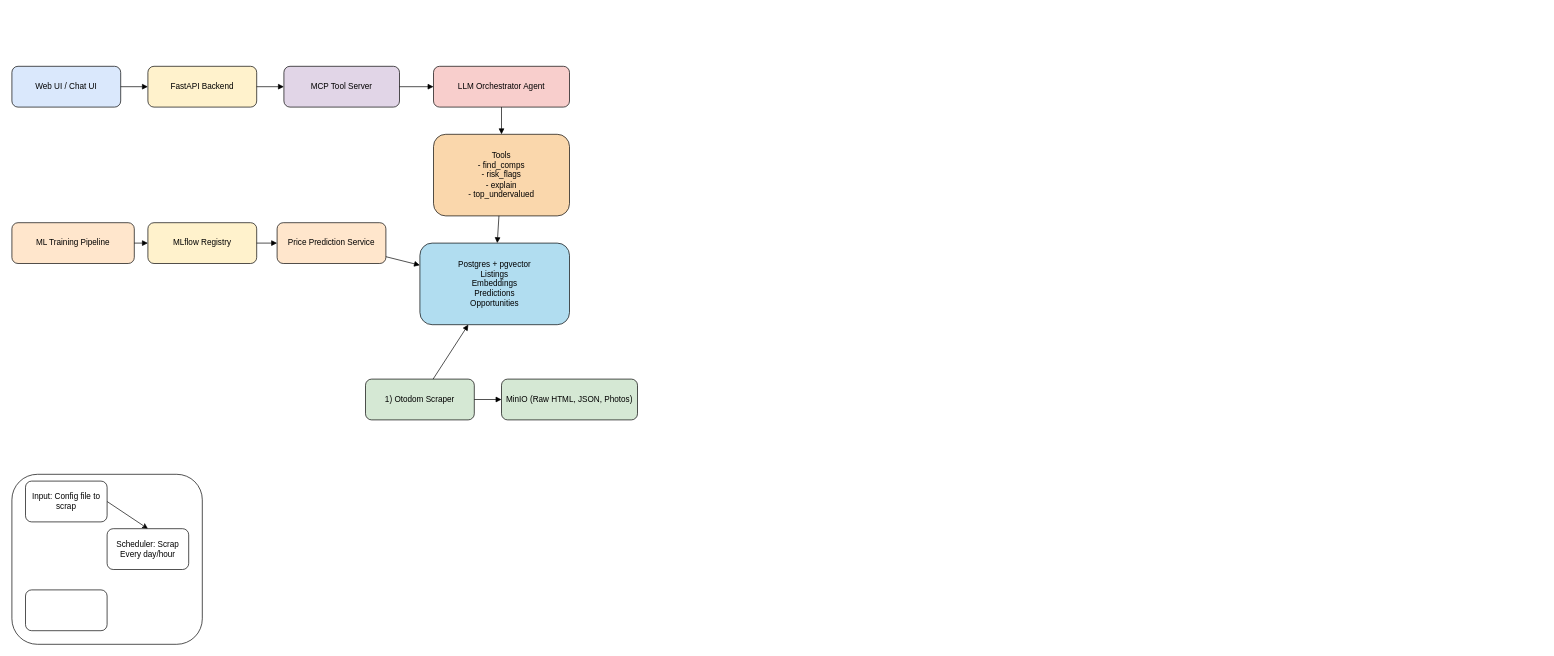
Before: architecture.drawio in kyryloku-wk/realestate-ai, a draw.io diagram. Source tidied: cells renumbered, new cells numbered last; positions are measured from the earlier drawing's top-left corner, leaving out a move shared by most shapes. Both pictures are drawn from the tidied source at 68%, with x=0, y=0 at pixel (12, 66).
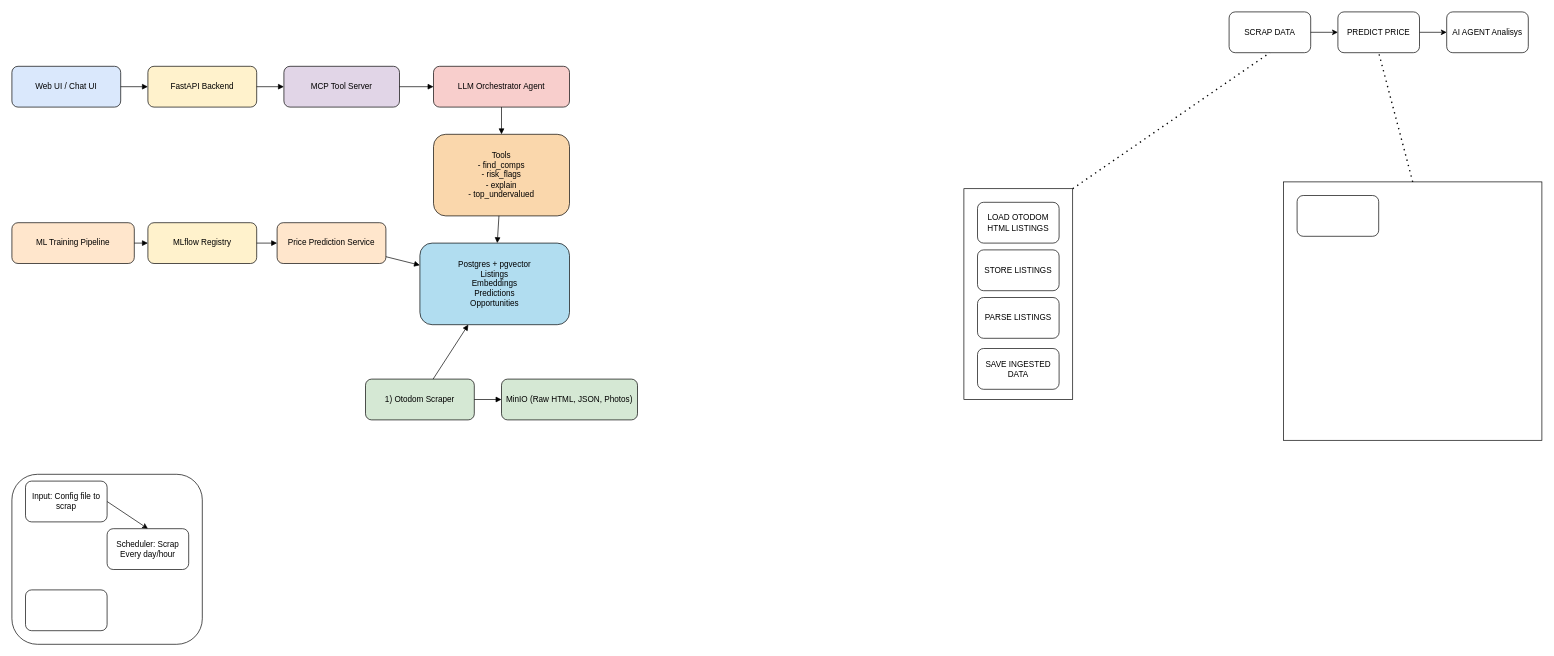
The same page after the edit.

Diff of the diagram source:
```diff
@@
+    <mxCell id="28" value="SCRAP DATA" style="rounded=1;whiteSpace=wrap;html=1;" parent="1" vertex="1">
+      <mxGeometry x="1790" y="-80" width="120" height="60" as="geometry" />
+    </mxCell>
+    <mxCell id="29" style="edgeStyle=none;html=1;exitX=1;exitY=0.5;exitDx=0;exitDy=0;entryX=0;entryY=0.5;entryDx=0;entryDy=0;" parent="1" edge="1" source="30" target="31">
+      <mxGeometry relative="1" as="geometry" />
+    </mxCell>
+    <mxCell id="30" value="PREDICT PRICE" style="rounded=1;whiteSpace=wrap;html=1;" parent="1" vertex="1">
+      <mxGeometry x="1950" y="-80" width="120" height="60" as="geometry" />
+    </mxCell>
+    <mxCell id="31" value="AI AGENT Analisys" style="rounded=1;whiteSpace=wrap;html=1;" parent="1" vertex="1">
+      <mxGeometry x="2110" y="-80" width="120" height="60" as="geometry" />
+    </mxCell>
+    <mxCell id="32" style="endArrow=classic;html=1;exitX=1;exitY=0.5;exitDx=0;exitDy=0;entryX=0;entryY=0.5;entryDx=0;entryDy=0;" parent="1" edge="1" source="28" target="30">
+      <mxGeometry relative="1" as="geometry" />
+    </mxCell>
+    <mxCell id="33" style="endArrow=none;dashed=1;html=1;dashPattern=1 3;strokeWidth=2;entryX=0.5;entryY=1;entryDx=0;entryDy=0;exitX=1;exitY=0;exitDx=0;exitDy=0;" parent="1" edge="1" source="34" target="28">
+      <mxGeometry relative="1" as="geometry" />
+    </mxCell>
+    <mxCell id="34" style="rounded=0;whiteSpace=wrap;html=1;" parent="1" vertex="1">
+      <mxGeometry x="1400" y="180" width="160" height="310" as="geometry" />
+    </mxCell>
+    <mxCell id="35" value="LOAD OTODOM HTML LISTINGS" style="rounded=1;whiteSpace=wrap;html=1;" parent="1" vertex="1">
+      <mxGeometry x="1420" y="200" width="120" height="60" as="geometry" />
+    </mxCell>
+    <mxCell id="36" value="PARSE LISTINGS" style="rounded=1;whiteSpace=wrap;html=1;" parent="1" vertex="1">
+      <mxGeometry x="1420" y="340" width="120" height="60" as="geometry" />
+    </mxCell>
+    <mxCell id="37" value="SAVE INGESTED DATA" style="rounded=1;whiteSpace=wrap;html=1;" parent="1" vertex="1">
+      <mxGeometry x="1420" y="415" width="120" height="60" as="geometry" />
+    </mxCell>
+    <mxCell id="38" value="STORE LISTINGS" style="rounded=1;whiteSpace=wrap;html=1;" parent="1" vertex="1">
+      <mxGeometry x="1420" y="270" width="120" height="60" as="geometry" />
+    </mxCell>
+    <mxCell id="39" style="whiteSpace=wrap;html=1;" parent="1" vertex="1">
+      <mxGeometry x="1870" y="170" width="380" height="380" as="geometry" />
+    </mxCell>
+    <mxCell id="40" style="endArrow=none;dashed=1;html=1;dashPattern=1 3;strokeWidth=2;entryX=0.5;entryY=1;entryDx=0;entryDy=0;exitX=0.5;exitY=0;exitDx=0;exitDy=0;" parent="1" edge="1" source="39" target="30">
+      <mxGeometry relative="1" as="geometry" />
+    </mxCell>
+    <mxCell id="41" style="rounded=1;whiteSpace=wrap;html=1;" parent="1" vertex="1">
+      <mxGeometry x="1890" y="190" width="120" height="60" as="geometry" />
+    </mxCell>
```
